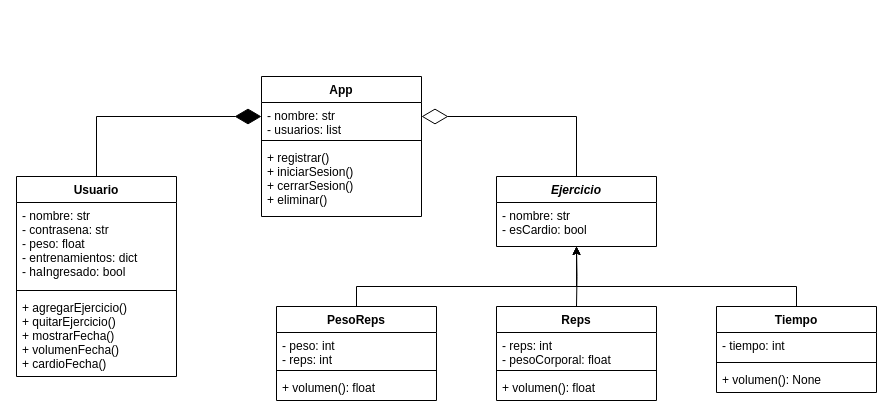
Above: UML-Workout_Tracker.drawio in fabcontigiani/workout-tracker (draw.io), before the change. Source tidied: cells renumbered, new cells numbered last; positions are measured from the earlier drawing's top-left corner, leaving out a move shared by most shapes. Both pictures are drawn from the tidied source at 100%, with x=0, y=0 at pixel (16, 76).
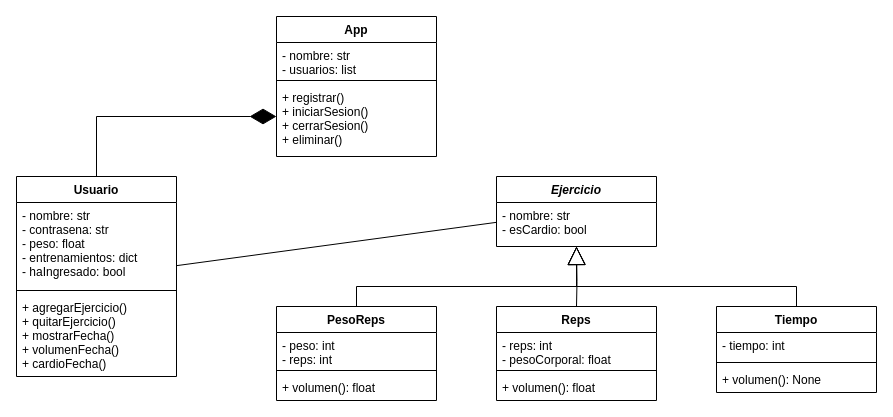
After the change.

Commit message:
Update UML Class Diagram

The change refers to these unchanged cells:
```xml
<mxCell id="6" value="Usuario" style="swimlane;fontStyle=1;align=center;verticalAlign=top;horizontal=1;startSize=26;" parent="1" vertex="1">
  <mxGeometry y="100" width="160" height="200" as="geometry" />
</mxCell>
<mxCell id="10" value="Ejercicio" style="swimlane;fontStyle=3;align=center;verticalAlign=top;horizontal=1;startSize=26;" parent="1" vertex="1">
  <mxGeometry x="480" y="100" width="160" height="70" as="geometry" />
</mxCell>
```

What changed in the source:
```diff
@@
     <mxCell id="2" value="App" style="swimlane;fontStyle=1;align=center;verticalAlign=top;horizontal=1;startSize=26;" parent="1" vertex="1">
-      <mxGeometry x="245" width="160" height="140" as="geometry" />
+      <mxGeometry x="260" y="-60" width="160" height="140" as="geometry" />
     </mxCell>
@@
-    <mxCell id="12" style="edgeStyle=orthogonalEdgeStyle;rounded=0;jettySize=auto;html=1;" parent="1" edge="1" target="10">
+    <mxCell id="12" style="edgeStyle=orthogonalEdgeStyle;rounded=0;jettySize=auto;html=1;endArrow=block;endFill=0;endSize=16;" parent="1" edge="1" target="10">
       <mxGeometry relative="1" as="geometry">
         <mxPoint x="560" y="230" as="sourcePoint" />
       </mxGeometry>
     </mxCell>
-    <mxCell id="13" style="edgeStyle=orthogonalEdgeStyle;rounded=0;jettySize=auto;html=1;" parent="1" edge="1" target="10">
+    <mxCell id="13" style="edgeStyle=orthogonalEdgeStyle;rounded=0;jettySize=auto;html=1;endArrow=block;endFill=0;endSize=16;" parent="1" edge="1" target="10">
       <mxGeometry relative="1" as="geometry">
         <mxPoint x="340" y="230" as="sourcePoint" />
         <Array as="points">
           <mxPoint x="340" y="210" />
           <mxPoint x="560" y="210" />
         </Array>
       </mxGeometry>
     </mxCell>
-    <mxCell id="14" style="edgeStyle=orthogonalEdgeStyle;rounded=0;jettySize=auto;html=1;" parent="1" edge="1" target="10">
+    <mxCell id="14" style="edgeStyle=orthogonalEdgeStyle;rounded=0;jettySize=auto;html=1;endArrow=block;endFill=0;endSize=16;" parent="1" edge="1" target="10">
       <mxGeometry relative="1" as="geometry">
         <mxPoint x="780" y="230" as="sourcePoint" />
         <Array as="points">
           <mxPoint x="780" y="210" />
           <mxPoint x="560" y="210" />
         </Array>
       </mxGeometry>
     </mxCell>
@@
-    <mxCell id="16" style="endArrow=diamondThin;endFill=0;endSize=24;html=1;rounded=0;edgeStyle=orthogonalEdgeStyle;" parent="1" edge="1" source="10" target="2">
-      <mxGeometry relative="1" as="geometry">
-        <Array as="points">
-          <mxPoint x="560" y="40" />
-        </Array>
-      </mxGeometry>
-    </mxCell>
@@
+    <mxCell id="29" style="endArrow=none;html=1;rounded=0;" parent="1" edge="1" source="6" target="10">
+      <mxGeometry relative="1" as="geometry" />
+    </mxCell>
```
